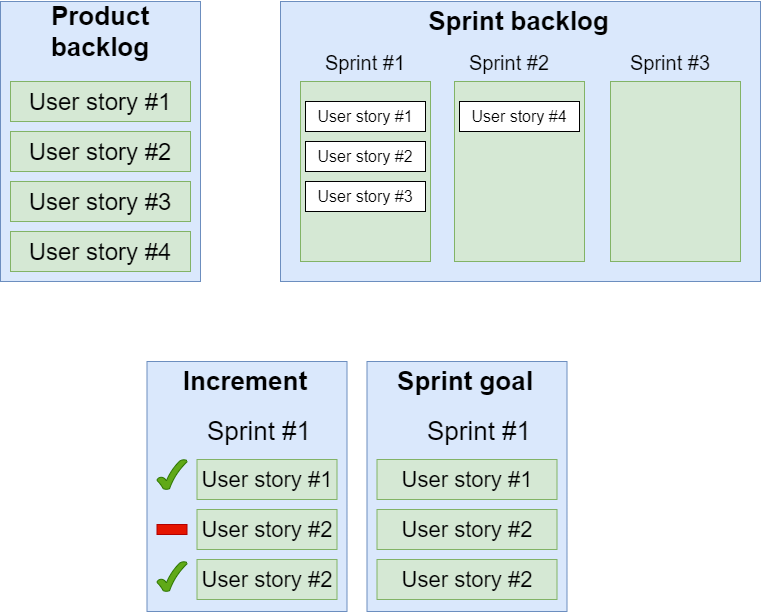
The draw.io diagram assets/image/artefacts.png in KseniyaYatskevich/Presentation_RSSQ12020, before a commit. Source tidied: cells renumbered, new cells last; positions are measured from the earlier drawing's top-left corner, leaving out a move shared by most shapes.
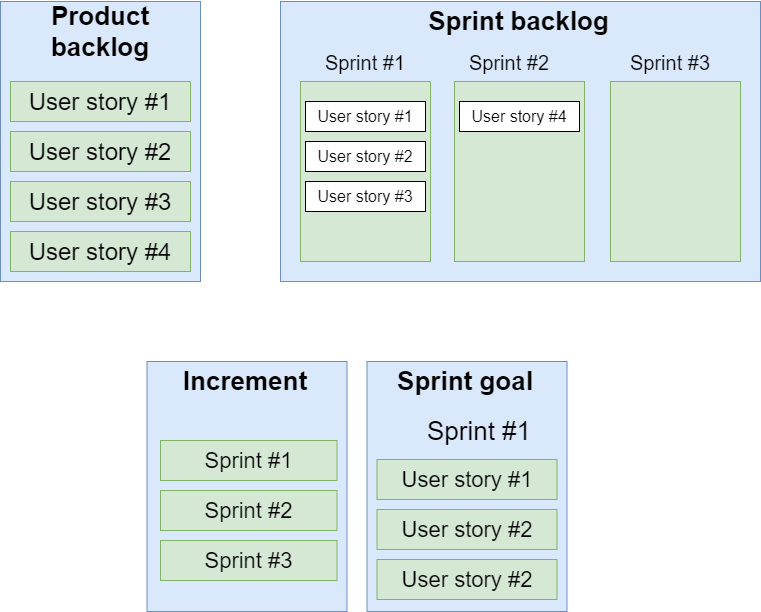
After the change.

What changed in the source:
```diff
@@ -59,30 +59,18 @@
     <mxCell id="20" style="rounded=0;whiteSpace=wrap;html=1;labelBackgroundColor=none;fontSize=26;align=center;fillColor=#dae8fc;strokeColor=#6c8ebf;" parent="1" vertex="1">
       <mxGeometry x="146.5" y="360" width="200" height="250" as="geometry" />
     </mxCell>
-    <mxCell id="21" style="verticalLabelPosition=bottom;verticalAlign=top;html=1;shape=mxgraph.basic.tick;labelBackgroundColor=none;fontSize=26;fontColor=#ffffff;align=center;fillColor=#60a917;strokeColor=#2D7600;" parent="1" vertex="1">
-      <mxGeometry x="156.5" y="458" width="30" height="30" as="geometry" />
-    </mxCell>
-    <mxCell id="22" value="&lt;font color=&quot;#000000&quot; style=&quot;font-size: 22px;&quot;&gt;User story #1&lt;/font&gt;" style="rounded=0;whiteSpace=wrap;html=1;labelBackgroundColor=none;fontSize=22;align=center;fillColor=#d5e8d4;strokeColor=#82b366;" parent="1" vertex="1">
-      <mxGeometry x="196.5" y="458" width="140" height="40" as="geometry" />
+    <mxCell id="22" value="Sprint #1" style="rounded=0;whiteSpace=wrap;html=1;labelBackgroundColor=none;fontSize=22;align=center;fillColor=#d5e8d4;strokeColor=#82b366;" parent="1" vertex="1">
+      <mxGeometry x="160" y="439" width="176.5" height="40" as="geometry" />
     </mxCell>
-    <mxCell id="23" value="&lt;font color=&quot;#000000&quot; style=&quot;font-size: 22px&quot;&gt;User story #2&lt;/font&gt;" style="rounded=0;whiteSpace=wrap;html=1;labelBackgroundColor=none;fontSize=22;align=center;fillColor=#d5e8d4;strokeColor=#82b366;" parent="1" vertex="1">
-      <mxGeometry x="196.5" y="508" width="140" height="40" as="geometry" />
+    <mxCell id="23" value="&lt;font color=&quot;#000000&quot; style=&quot;font-size: 22px&quot;&gt;Sprint #2&lt;/font&gt;" style="rounded=0;whiteSpace=wrap;html=1;labelBackgroundColor=none;fontSize=22;align=center;fillColor=#d5e8d4;strokeColor=#82b366;" parent="1" vertex="1">
+      <mxGeometry x="160" y="489" width="176.5" height="40" as="geometry" />
     </mxCell>
-    <mxCell id="24" value="&lt;font color=&quot;#000000&quot; style=&quot;font-size: 22px&quot;&gt;User story #2&lt;/font&gt;" style="rounded=0;whiteSpace=wrap;html=1;labelBackgroundColor=none;fontSize=22;align=center;fillColor=#d5e8d4;strokeColor=#82b366;" parent="1" vertex="1">
-      <mxGeometry x="196.5" y="558" width="140" height="40" as="geometry" />
+    <mxCell id="24" value="&lt;font color=&quot;#000000&quot; style=&quot;font-size: 22px&quot;&gt;Sprint #3&lt;/font&gt;" style="rounded=0;whiteSpace=wrap;html=1;labelBackgroundColor=none;fontSize=22;align=center;fillColor=#d5e8d4;strokeColor=#82b366;" parent="1" vertex="1">
+      <mxGeometry x="160" y="539" width="176.5" height="40" as="geometry" />
     </mxCell>
     <mxCell id="25" value="&lt;font style=&quot;font-size: 26px&quot;&gt;Increment&lt;/font&gt;" style="text;html=1;strokeColor=none;fillColor=none;align=center;verticalAlign=middle;whiteSpace=wrap;rounded=0;labelBackgroundColor=none;fontSize=26;fontColor=#000000;fontStyle=1;" parent="1" vertex="1">
       <mxGeometry x="156.5" y="370" width="176" height="20" as="geometry" />
     </mxCell>
-    <mxCell id="26" value="&lt;font style=&quot;font-size: 26px&quot;&gt;Sprint #1&lt;/font&gt;" style="text;html=1;strokeColor=none;fillColor=none;align=center;verticalAlign=middle;whiteSpace=wrap;rounded=0;labelBackgroundColor=none;fontSize=26;fontColor=#000000;" parent="1" vertex="1">
-      <mxGeometry x="170.5" y="420" width="176" height="20" as="geometry" />
-    </mxCell>
-    <mxCell id="27" style="verticalLabelPosition=bottom;verticalAlign=top;html=1;shape=mxgraph.basic.tick;labelBackgroundColor=none;fontSize=26;fontColor=#ffffff;align=center;fillColor=#60a917;strokeColor=#2D7600;" parent="1" vertex="1">
-      <mxGeometry x="156.5" y="560" width="30" height="30" as="geometry" />
-    </mxCell>
-    <mxCell id="28" style="rounded=0;whiteSpace=wrap;html=1;labelBackgroundColor=none;fontSize=22;fontColor=#ffffff;align=center;fillColor=#e51400;strokeColor=#B20000;" parent="1" vertex="1">
-      <mxGeometry x="156.5" y="523" width="30" height="10" as="geometry" />
-    </mxCell>
     <mxCell id="29" style="rounded=0;whiteSpace=wrap;html=1;labelBackgroundColor=none;fontSize=26;align=center;fillColor=#dae8fc;strokeColor=#6c8ebf;" parent="1" vertex="1">
       <mxGeometry x="366.5" y="360" width="200" height="250" as="geometry" />
     </mxCell>
```
